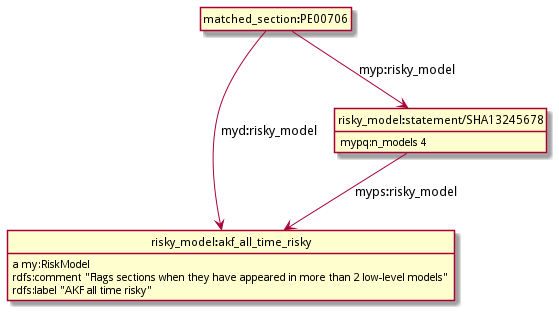
Before: model/section_match_risky.png, a diagram exported from PlantUML (nikolatulechki/semanticElections).
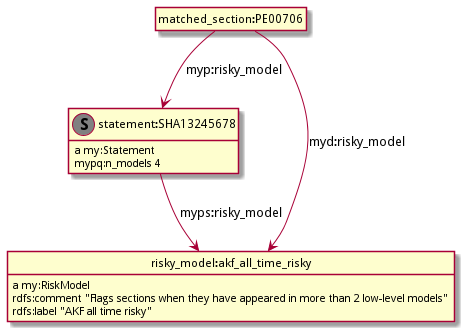
The same file after the commit.

Diff of the diagram source:
```diff
@@ -3,14 +3,17 @@
 hide empty attributes
 hide circle
 skinparam classAttributeIconSize 0
-class matched_section_PE00706 as "matched_section:PE00706"
+class statement_SHA13245678 as "statement:SHA13245678"
+class statement_SHA13245678 <<(S,gray)>>
+show statement_SHA13245678 circle
+statement_SHA13245678 : a my:Statement
 class risky_model_akf_all_time_risky as "risky_model:akf_all_time_risky"
-matched_section_PE00706 -down-> risky_model_akf_all_time_risky : myd:risky_model
-class risky_model_statement_SHA13245678 as "risky_model:statement/SHA13245678"
-matched_section_PE00706 -down-> risky_model_statement_SHA13245678 : myp:risky_model
+statement_SHA13245678 -down-> risky_model_akf_all_time_risky : myps:risky_model
+statement_SHA13245678 : mypq:n_models 4
 risky_model_akf_all_time_risky : a my:RiskModel
 risky_model_akf_all_time_risky : rdfs:comment "Flags sections when they have appeared in more than 2 low-level models"
 risky_model_akf_all_time_risky : rdfs:label "AKF all time risky"
-risky_model_statement_SHA13245678 -down-> risky_model_akf_all_time_risky : myps:risky_model
-risky_model_statement_SHA13245678 : mypq:n_models 4
+class matched_section_PE00706 as "matched_section:PE00706"
+matched_section_PE00706 -down-> risky_model_akf_all_time_risky : myd:risky_model
+matched_section_PE00706 -down-> statement_SHA13245678 : myp:risky_model
 @enduml
```
